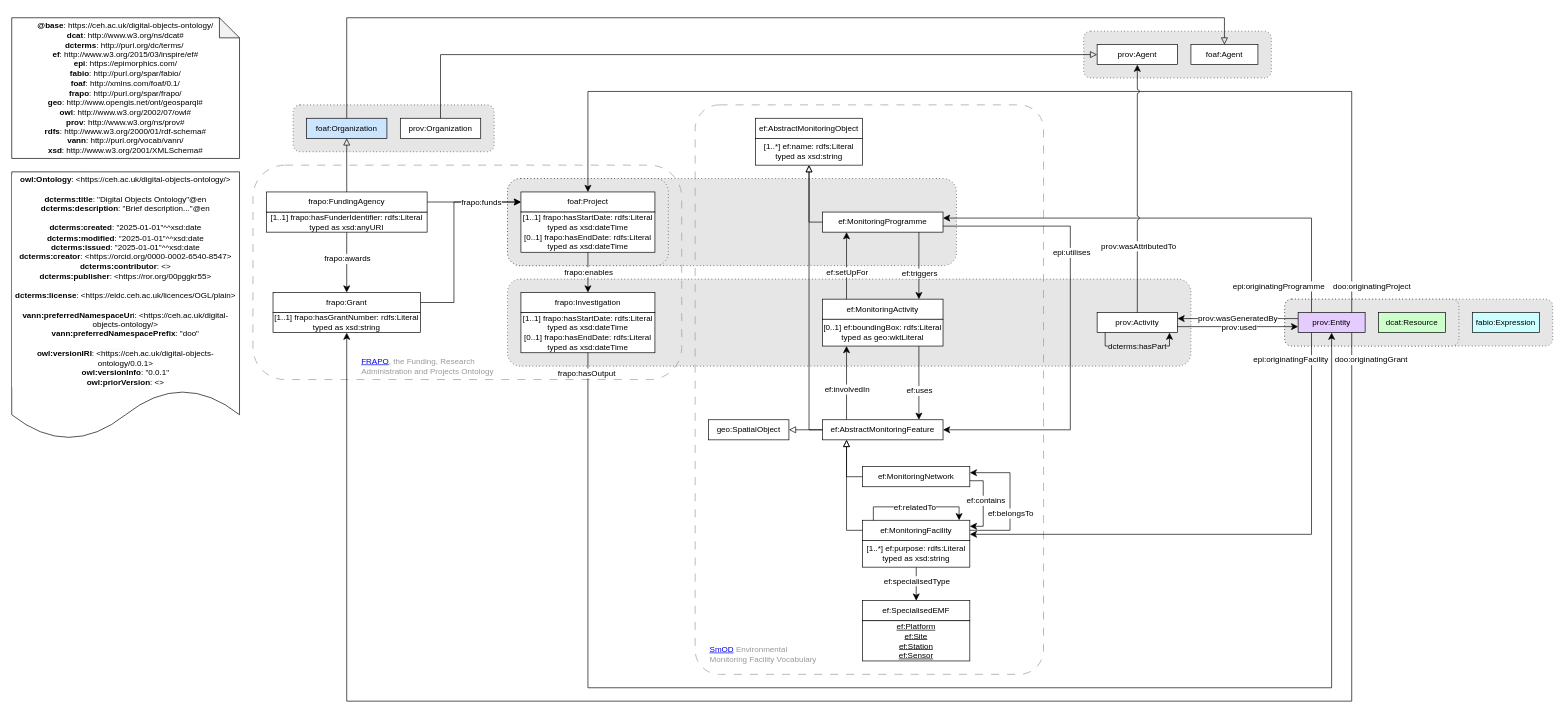
Before: page "ontology" (1 of 3) of ontology/digital_objects_ontology.drawio in NERC-CEH/digital-objects-ontology, a draw.io diagram. Source tidied: cells renumbered, new cells numbered last; positions are measured from the earlier drawing's top-left corner, leaving out a move shared by most shapes. Both pictures are drawn from the tidied source at 67%, with x=0, y=0 at pixel (11, 17).
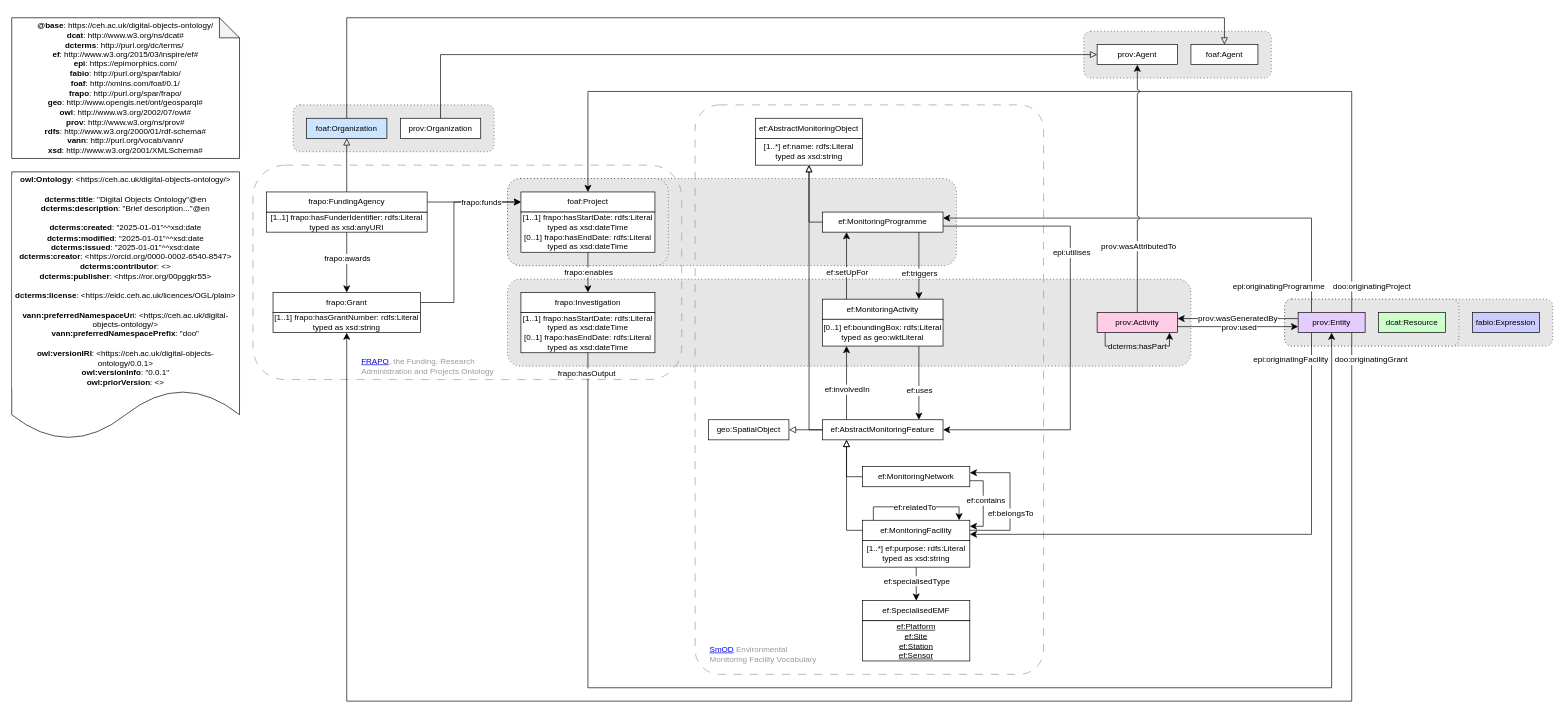
The same page after the edit.

The edit, as a diff of the source:
```diff
@@
-    <mxCell id="4" value="fabio:Expression" style="rounded=0;whiteSpace=wrap;html=1;fillColor=#CCFFFF;" parent="1" vertex="1">
+    <mxCell id="4" value="fabio:Expression" style="rounded=0;whiteSpace=wrap;html=1;fillColor=#CCCCFF;" parent="1" vertex="1">
       <mxGeometry x="2180" y="440" width="100" height="30" as="geometry" />
     </mxCell>
@@
-    <mxCell id="17" value="prov:Activity" style="rounded=0;whiteSpace=wrap;html=1;snapToPoint=1;points=[[0.1,0],[0.2,0],[0.3,0],[0.4,0],[0.5,0],[0.6,0],[0.7,0],[0.8,0],[0.9,0],[0,0.1],[0,0.3],[0,0.5],[0,0.7],[0,0.9],[0.1,1],[0.2,1],[0.3,1],[0.4,1],[0.5,1],[0.6,1],[0.7,1],[0.8,1],[0.9,1],[1,0.1],[1,0.3],[1,0.5],[1,0.7],[1,0.9]];" parent="1" vertex="1">
+    <mxCell id="17" value="prov:Activity" style="rounded=0;whiteSpace=wrap;html=1;snapToPoint=1;points=[[0.1,0],[0.2,0],[0.3,0],[0.4,0],[0.5,0],[0.6,0],[0.7,0],[0.8,0],[0.9,0],[0,0.1],[0,0.3],[0,0.5],[0,0.7],[0,0.9],[0.1,1],[0.2,1],[0.3,1],[0.4,1],[0.5,1],[0.6,1],[0.7,1],[0.8,1],[0.9,1],[1,0.1],[1,0.3],[1,0.5],[1,0.7],[1,0.9]];fillColor=#FFCCE6;" parent="1" vertex="1">
       <mxGeometry x="1620" y="440" width="120" height="30" as="geometry" />
     </mxCell>
```
